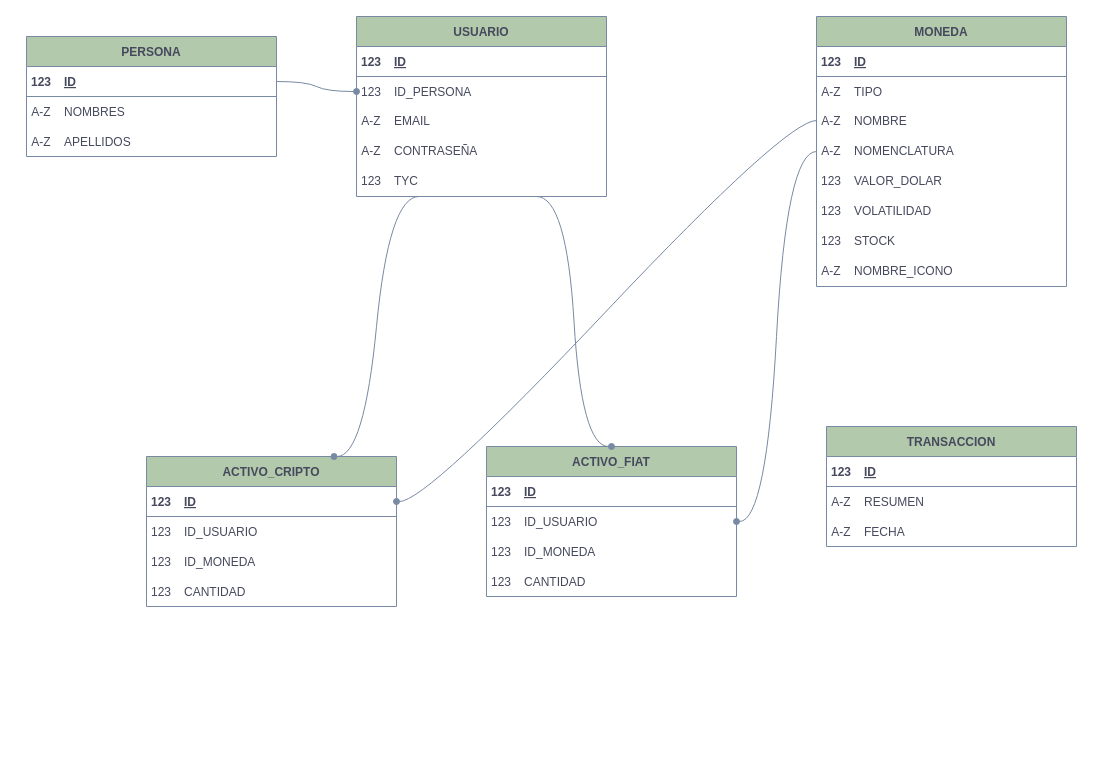
Before: Extras/DiagramaBD.drawio in Faus142005/CriptoWallet, a draw.io diagram. Source tidied: cells renumbered, new cells numbered last; positions are measured from the earlier drawing's top-left corner, leaving out a move shared by most shapes. Both pictures are drawn from the tidied source at 100%, with x=0, y=0 at pixel (26, 16).
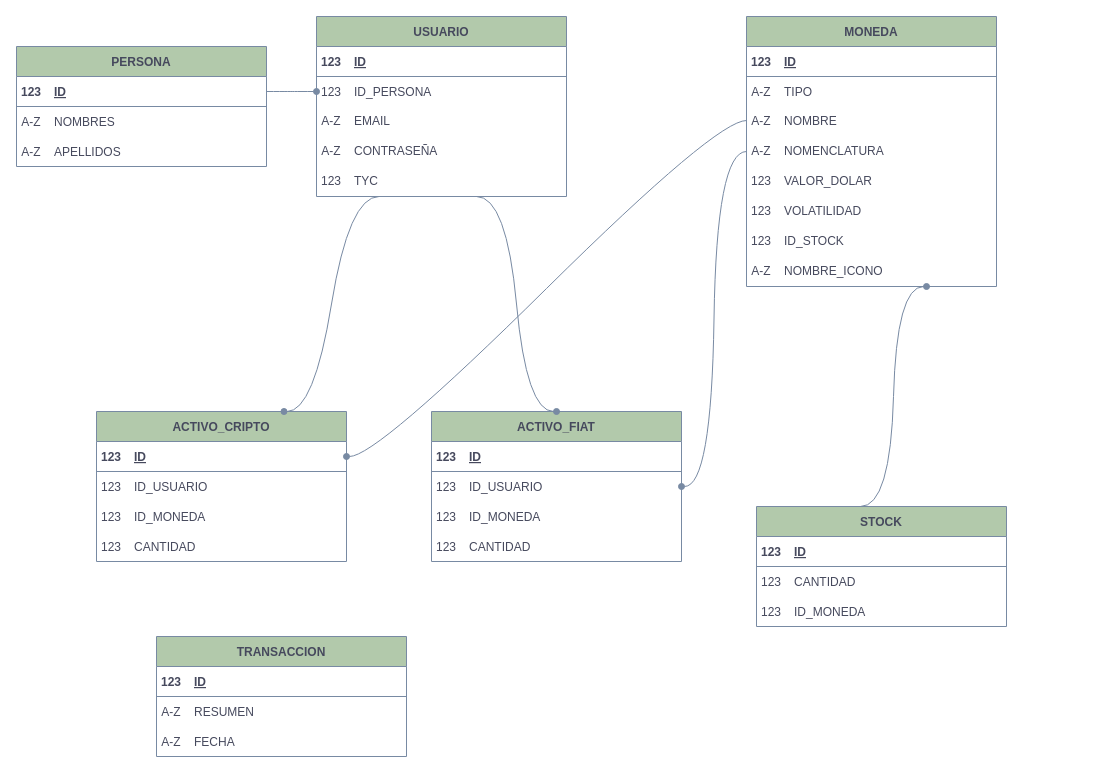
After the change.

Unchanged cells that the change refers to:
```xml
<mxCell id="15" value="ACTIVO_FIAT" style="shape=table;startSize=30;childLayout=tableLayout;rowLines=0;fontStyle=1;align=center;labelBackgroundColor=none;fillColor=#B2C9AB;strokeColor=#788AA3;fontColor=#46495D;columnLines=0;" parent="14" vertex="1">
  <mxGeometry width="250" height="150" as="geometry" />
</mxCell>
```

Diff of the diagram source:
```diff
@@
     <mxCell id="4" style="group;" parent="1" vertex="1">
-      <mxGeometry x="800" y="410" width="250" height="120" as="geometry" />
+      <mxGeometry x="130" y="620" width="250" height="120" as="geometry" />
     </mxCell>
@@
     <mxCell id="14" style="group;" parent="1" vertex="1">
-      <mxGeometry x="460" y="430" width="250" height="150" as="geometry" />
+      <mxGeometry x="405" y="395" width="250" height="150" as="geometry" />
     </mxCell>
@@
     <mxCell id="29" style="group;" parent="1" vertex="1">
-      <mxGeometry x="120" y="440" width="250" height="150" as="geometry" />
+      <mxGeometry x="70" y="395" width="250" height="150" as="geometry" />
     </mxCell>
@@
     <mxCell id="44" style="group;" parent="1" vertex="1">
-      <mxGeometry y="20" width="250" height="120" as="geometry" />
+      <mxGeometry x="-10" y="30" width="250" height="120" as="geometry" />
     </mxCell>
@@
     <mxCell id="54" style="group;" parent="1" vertex="1">
-      <mxGeometry x="330" width="250" height="180" as="geometry" />
+      <mxGeometry x="290" width="250" height="180" as="geometry" />
     </mxCell>
@@
     <mxCell id="71" style="group;" parent="1" vertex="1">
-      <mxGeometry x="790" width="250" height="270" as="geometry" />
+      <mxGeometry x="720" width="250" height="270" as="geometry" />
     </mxCell>
@@
-    <mxCell id="91" value="STOCK" style="shape=partialRectangle;overflow=hidden;fillColor=none;top=0;left=0;bottom=0;right=0;align=left;spacingLeft=6;labelBackgroundColor=none;strokeColor=#788AA3;fontColor=#46495D;" parent="71" vertex="1">
+    <mxCell id="91" value="ID_STOCK" style="shape=partialRectangle;overflow=hidden;fillColor=none;top=0;left=0;bottom=0;right=0;align=left;spacingLeft=6;labelBackgroundColor=none;strokeColor=#788AA3;fontColor=#46495D;" parent="71" vertex="1">
       <mxGeometry x="30" y="209" width="220" height="30" as="geometry" />
     </mxCell>
@@
     <mxCell id="95" style="edgeStyle=entityRelationEdgeStyle;endArrow=oval;startArrow=none;endFill=1;startFill=0;labelBackgroundColor=none;strokeColor=#788AA3;fontColor=default;entryX=0.5;entryY=0;entryDx=0;entryDy=0;rounded=0;curved=1;" parent="1" edge="1" target="15">
       <mxGeometry relative="1" as="geometry">
-        <mxPoint x="510" y="180" as="sourcePoint" />
+        <mxPoint x="450" y="180" as="sourcePoint" />
         <Array as="points">
           <mxPoint x="490" y="200" />
           <mxPoint x="590" y="230" />
           <mxPoint x="720" y="240" />
           <mxPoint x="440" y="260" />
           <mxPoint x="500" y="260" />
           <mxPoint x="490" y="290" />
           <mxPoint x="620" y="310" />
           <mxPoint x="330" y="250" />
         </Array>
       </mxGeometry>
     </mxCell>
@@
+    <mxCell id="97" style="group;" parent="1" vertex="1">
+      <mxGeometry x="730" y="490" width="250" height="150" as="geometry" />
+    </mxCell>
+    <mxCell id="98" value="STOCK" style="shape=table;startSize=30;childLayout=tableLayout;rowLines=0;fontStyle=1;align=center;labelBackgroundColor=none;fillColor=#B2C9AB;strokeColor=#788AA3;fontColor=#46495D;columnLines=0;" parent="97" vertex="1">
+      <mxGeometry width="250" height="120" as="geometry" />
+    </mxCell>
+    <mxCell id="99" style="shape=partialRectangle;fillColor=none;top=0;left=0;right=0;bottom=1;labelBackgroundColor=none;strokeColor=#788AA3;fontColor=#46495D;" parent="98" vertex="1">
+      <mxGeometry y="30" width="250" height="30" as="geometry" />
+    </mxCell>
+    <mxCell id="100" value="123" style="shape=partialRectangle;overflow=hidden;fillColor=none;top=0;left=0;bottom=0;right=0;fontStyle=1;labelBackgroundColor=none;strokeColor=#788AA3;fontColor=#46495D;" parent="99" vertex="1">
+      <mxGeometry width="30" height="30" as="geometry" />
+    </mxCell>
+    <mxCell id="101" value="ID" style="shape=partialRectangle;overflow=hidden;fillColor=none;top=0;left=0;bottom=0;right=0;align=left;spacingLeft=6;fontStyle=5;labelBackgroundColor=none;strokeColor=#788AA3;fontColor=#46495D;" parent="99" vertex="1">
+      <mxGeometry x="30" width="220" height="30" as="geometry" />
+    </mxCell>
+    <mxCell id="102" style="shape=partialRectangle;fillColor=none;top=0;left=0;right=0;bottom=0;labelBackgroundColor=none;strokeColor=#788AA3;fontColor=#46495D;" parent="98" vertex="1">
+      <mxGeometry y="60" width="250" height="30" as="geometry" />
+    </mxCell>
+    <mxCell id="103" value="123" style="shape=partialRectangle;overflow=hidden;fillColor=none;top=0;left=0;bottom=0;right=0;labelBackgroundColor=none;strokeColor=#788AA3;fontColor=#46495D;" parent="102" vertex="1">
+      <mxGeometry width="30" height="30" as="geometry" />
+    </mxCell>
+    <mxCell id="104" value="CANTIDAD" style="shape=partialRectangle;overflow=hidden;fillColor=none;top=0;left=0;bottom=0;right=0;align=left;spacingLeft=6;labelBackgroundColor=none;strokeColor=#788AA3;fontColor=#46495D;" parent="102" vertex="1">
+      <mxGeometry x="30" width="220" height="30" as="geometry" />
+    </mxCell>
+    <mxCell id="105" style="shape=partialRectangle;fillColor=none;top=0;left=0;right=0;bottom=0;labelBackgroundColor=none;strokeColor=#788AA3;fontColor=#46495D;" parent="98" vertex="1">
+      <mxGeometry y="90" width="250" height="30" as="geometry" />
+    </mxCell>
+    <mxCell id="106" style="shape=partialRectangle;overflow=hidden;fillColor=none;top=0;left=0;bottom=0;right=0;labelBackgroundColor=none;strokeColor=#788AA3;fontColor=#46495D;" parent="105" vertex="1">
+      <mxGeometry width="30" height="30" as="geometry" />
+    </mxCell>
+    <mxCell id="107" style="shape=partialRectangle;overflow=hidden;fillColor=none;top=0;left=0;bottom=0;right=0;align=left;spacingLeft=6;labelBackgroundColor=none;strokeColor=#788AA3;fontColor=#46495D;" parent="105" vertex="1">
+      <mxGeometry x="30" width="220" height="30" as="geometry" />
+    </mxCell>
+    <mxCell id="108" value="123" style="shape=partialRectangle;overflow=hidden;fillColor=none;top=0;left=0;bottom=0;right=0;labelBackgroundColor=none;strokeColor=#788AA3;fontColor=#46495D;" parent="97" vertex="1">
+      <mxGeometry y="90" width="30" height="30" as="geometry" />
+    </mxCell>
+    <mxCell id="109" value="ID_MONEDA" style="shape=partialRectangle;overflow=hidden;fillColor=none;top=0;left=0;bottom=0;right=0;align=left;spacingLeft=6;labelBackgroundColor=none;strokeColor=#788AA3;fontColor=#46495D;" parent="97" vertex="1">
+      <mxGeometry x="30" y="90" width="220" height="30" as="geometry" />
+    </mxCell>
+    <mxCell id="110" style="edgeStyle=entityRelationEdgeStyle;endArrow=oval;startArrow=none;endFill=1;startFill=0;labelBackgroundColor=none;strokeColor=#788AA3;fontColor=default;rounded=0;curved=1;" parent="1" edge="1">
+      <mxGeometry relative="1" as="geometry">
+        <mxPoint x="834" y="490" as="sourcePoint" />
+        <mxPoint x="900" y="270" as="targetPoint" />
+        <Array as="points">
+          <mxPoint x="770" y="260" />
+          <mxPoint x="830" y="400" />
+          <mxPoint x="790" y="180" />
+          <mxPoint x="900" y="280" />
+          <mxPoint x="780" y="310" />
+          <mxPoint x="620" y="260" />
+          <mxPoint x="780" y="380" />
+          <mxPoint x="710" y="380" />
+          <mxPoint x="750" y="270" />
+          <mxPoint x="680" y="440" />
+          <mxPoint x="470" y="290" />
+          <mxPoint x="530" y="290" />
+          <mxPoint x="520" y="320" />
+          <mxPoint x="650" y="340" />
+          <mxPoint x="360" y="280" />
+        </Array>
+      </mxGeometry>
+    </mxCell>
```
